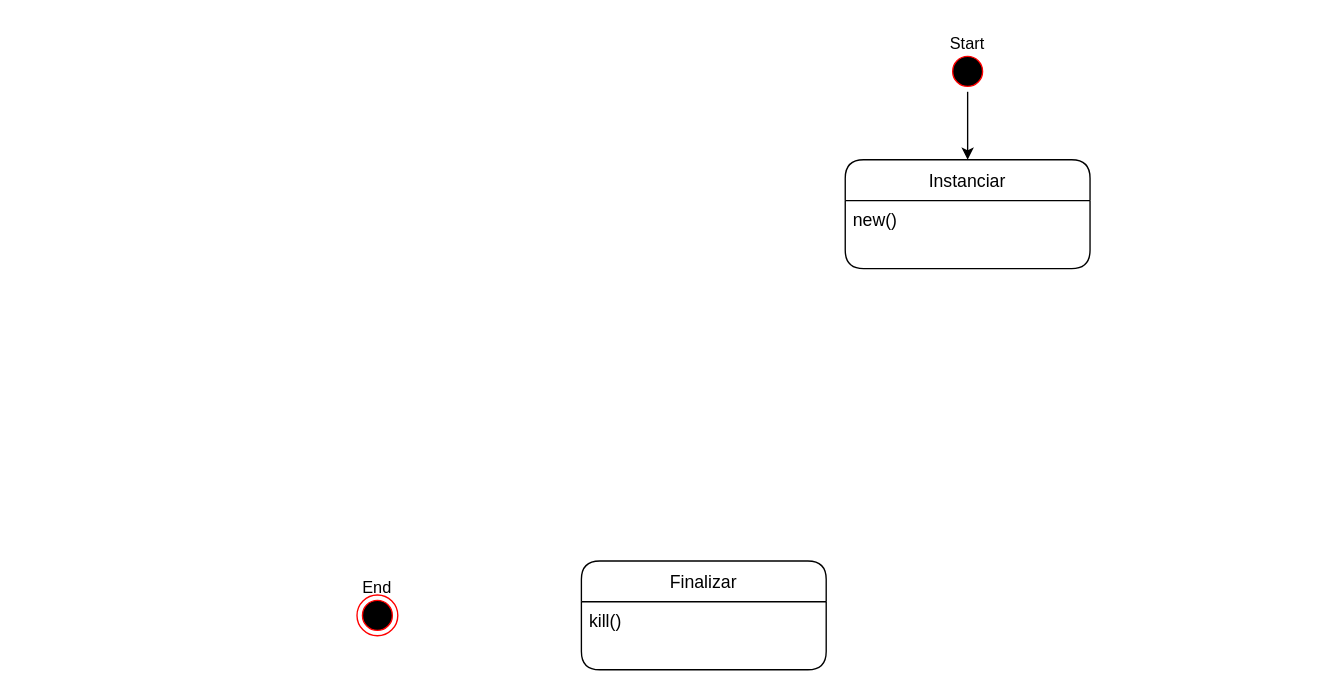
Above: diagramaEstados/EstadosListaContatos.drawio in EijiDogen/BrainForHire (draw.io), before the change. Source tidied: cells renumbered, new cells numbered last; positions are measured from the earlier drawing's top-left corner, leaving out a move shared by most shapes. Both pictures are drawn from the tidied source at 136%, with x=0, y=0 at pixel (336, 23).
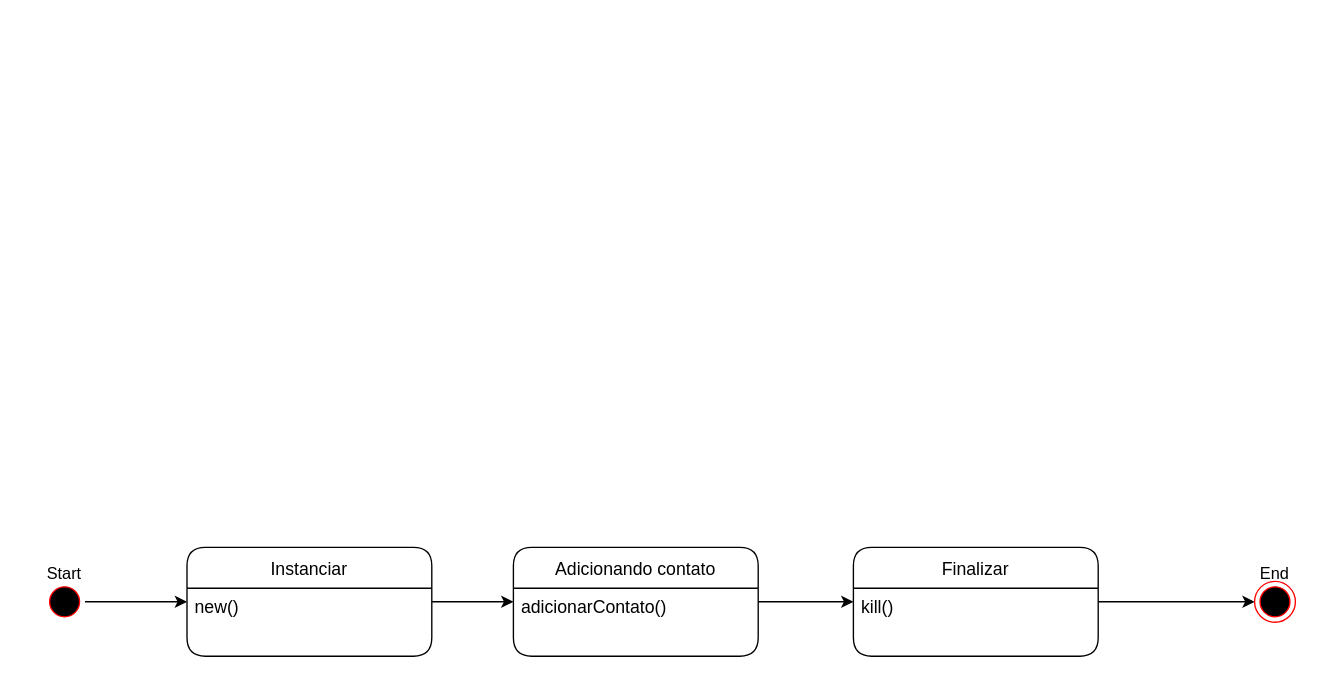
Above is the later version.

The edit, as a diff of the source:
```diff
@@
 <mxGraphModel>
   <root>
     <mxCell id="0" />
     <mxCell id="1" parent="0" />
     <mxCell id="2" style="group;" parent="1" vertex="1">
-      <mxGeometry x="434" width="60" height="50" as="geometry" />
+      <mxGeometry x="-230" y="390" width="60" height="50" as="geometry" />
     </mxCell>
     <mxCell id="3" style="ellipse;html=1;shape=startState;fillColor=#000000;strokeColor=#ff0000;rounded=1;" parent="2" vertex="1">
       <mxGeometry x="15" y="20" width="30" height="30" as="geometry" />
     </mxCell>
     <mxCell id="4" value="Start" style="text;html=1;strokeColor=none;fillColor=none;align=center;verticalAlign=middle;whiteSpace=wrap;rounded=0;" parent="2" vertex="1">
       <mxGeometry width="60" height="30" as="geometry" />
     </mxCell>
     <mxCell id="5" style="group;" parent="1" vertex="1">
-      <mxGeometry y="400" width="60" height="50" as="geometry" />
+      <mxGeometry x="660" y="390" width="60" height="50" as="geometry" />
     </mxCell>
     <mxCell id="6" style="ellipse;html=1;shape=endState;fillColor=#000000;strokeColor=#ff0000;rounded=1;" parent="5" vertex="1">
       <mxGeometry x="15" y="20" width="30" height="30" as="geometry" />
     </mxCell>
     <mxCell id="7" value="End" style="text;html=1;strokeColor=none;fillColor=none;align=center;verticalAlign=middle;whiteSpace=wrap;rounded=0;" parent="5" vertex="1">
       <mxGeometry width="60" height="30" as="geometry" />
     </mxCell>
     <mxCell id="8" style="edgeStyle=orthogonalEdgeStyle;rounded=0;jettySize=auto;html=1;" parent="1" edge="1" source="3" target="11">
       <mxGeometry relative="1" as="geometry" />
     </mxCell>
+    <mxCell id="13" style="edgeStyle=orthogonalEdgeStyle;rounded=0;jettySize=auto;html=1;" parent="1" edge="1" source="9" target="6">
+      <mxGeometry relative="1" as="geometry" />
+    </mxCell>
     <mxCell id="9" value="Finalizar" style="swimlane;fontStyle=0;horizontal=1;startSize=30;rounded=1;fontSize=13;" parent="1" vertex="1">
-      <mxGeometry x="180" y="395" width="180" height="80" as="geometry" />
+      <mxGeometry x="380" y="385" width="180" height="80" as="geometry" />
     </mxCell>
     <mxCell id="10" value="kill()" style="text;strokeColor=none;fillColor=none;align=left;verticalAlign=top;spacingLeft=4;spacingRight=4;overflow=hidden;fontSize=13;" parent="9" vertex="1">
       <mxGeometry y="30" width="180" height="50" as="geometry" />
     </mxCell>
+    <mxCell id="14" style="edgeStyle=orthogonalEdgeStyle;rounded=0;jettySize=auto;html=1;" parent="1" edge="1" source="11" target="16">
+      <mxGeometry relative="1" as="geometry" />
+    </mxCell>
     <mxCell id="11" value="Instanciar" style="swimlane;fontStyle=0;horizontal=1;startSize=30;rounded=1;fontSize=13;" parent="1" vertex="1">
-      <mxGeometry x="374" y="100" width="180" height="80" as="geometry" />
+      <mxGeometry x="-110" y="385" width="180" height="80" as="geometry" />
     </mxCell>
     <mxCell id="12" value="new()" style="text;strokeColor=none;fillColor=none;align=left;verticalAlign=top;spacingLeft=4;spacingRight=4;overflow=hidden;fontSize=13;" parent="11" vertex="1">
       <mxGeometry y="30" width="180" height="50" as="geometry" />
     </mxCell>
+    <mxCell id="15" style="edgeStyle=orthogonalEdgeStyle;rounded=0;jettySize=auto;html=1;" parent="1" edge="1" source="16" target="9">
+      <mxGeometry relative="1" as="geometry" />
+    </mxCell>
+    <mxCell id="16" value="Adicionando contato" style="swimlane;fontStyle=0;horizontal=1;startSize=30;rounded=1;fontSize=13;" parent="1" vertex="1">
+      <mxGeometry x="130" y="385" width="180" height="80" as="geometry" />
+    </mxCell>
+    <mxCell id="17" value="adicionarContato()" style="text;strokeColor=none;fillColor=none;align=left;verticalAlign=top;spacingLeft=4;spacingRight=4;overflow=hidden;fontSize=13;" parent="16" vertex="1">
+      <mxGeometry y="30" width="180" height="50" as="geometry" />
+    </mxCell>
   </root>
 </mxGraphModel>
```
